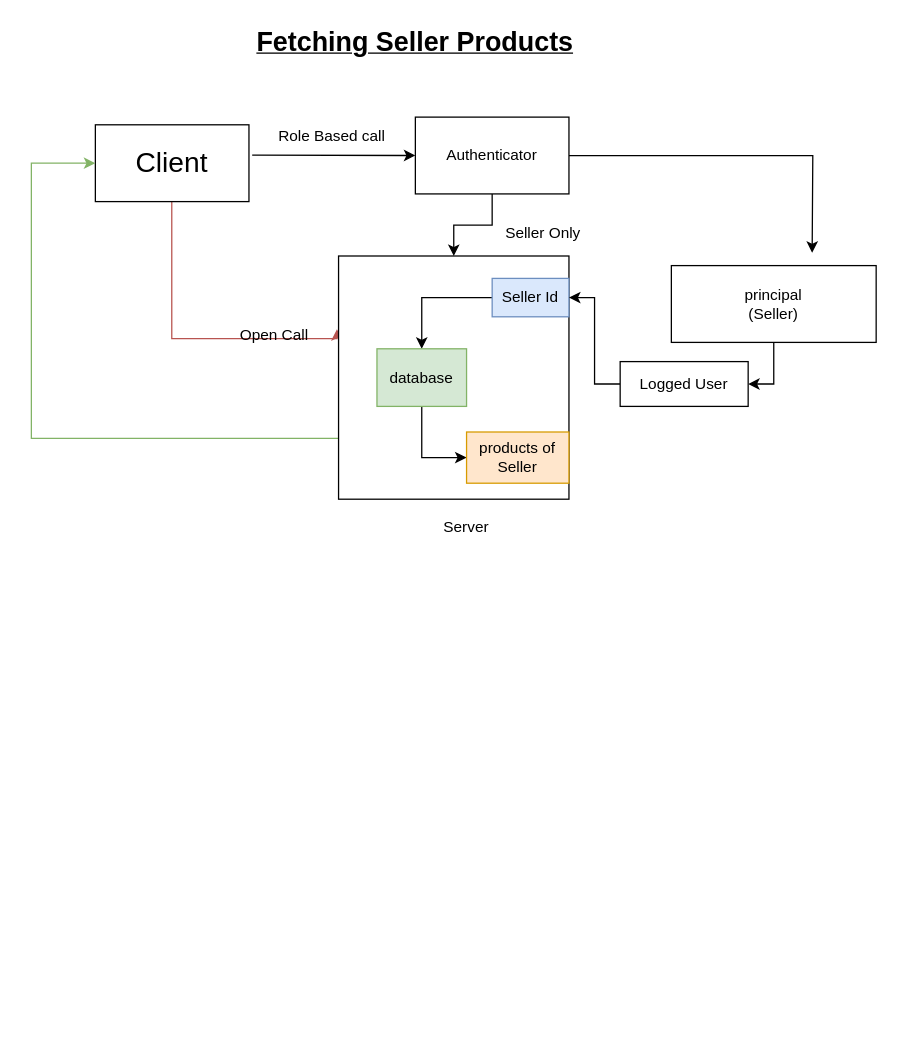
The draw.io diagram src/main/java/com/BuyNest/backend/wireFrame.drawio in krishnam98/BuyNest_Backend, before the edit. Source tidied: cells renumbered, new cells numbered last; positions are measured from the earlier drawing's top-left corner, leaving out a move shared by most shapes. Both pictures are drawn from the tidied source at 128%, with x=0, y=0 at pixel (31, 22).
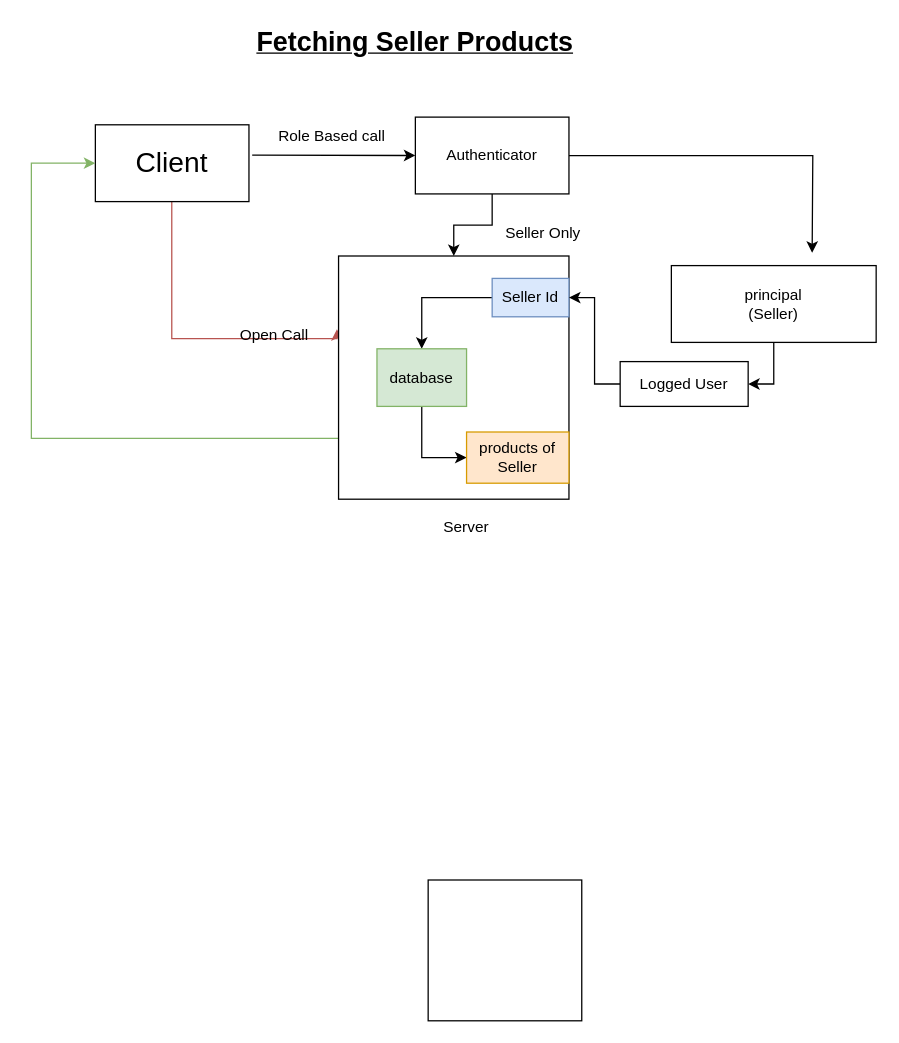
The same page after the edit.

The edit, as a diff of the source:
```diff
@@
+    <mxCell id="24" style="rounded=0;whiteSpace=wrap;html=1;" parent="1" vertex="1">
+      <mxGeometry x="310" y="670" width="120" height="110" as="geometry" />
+    </mxCell>
```
